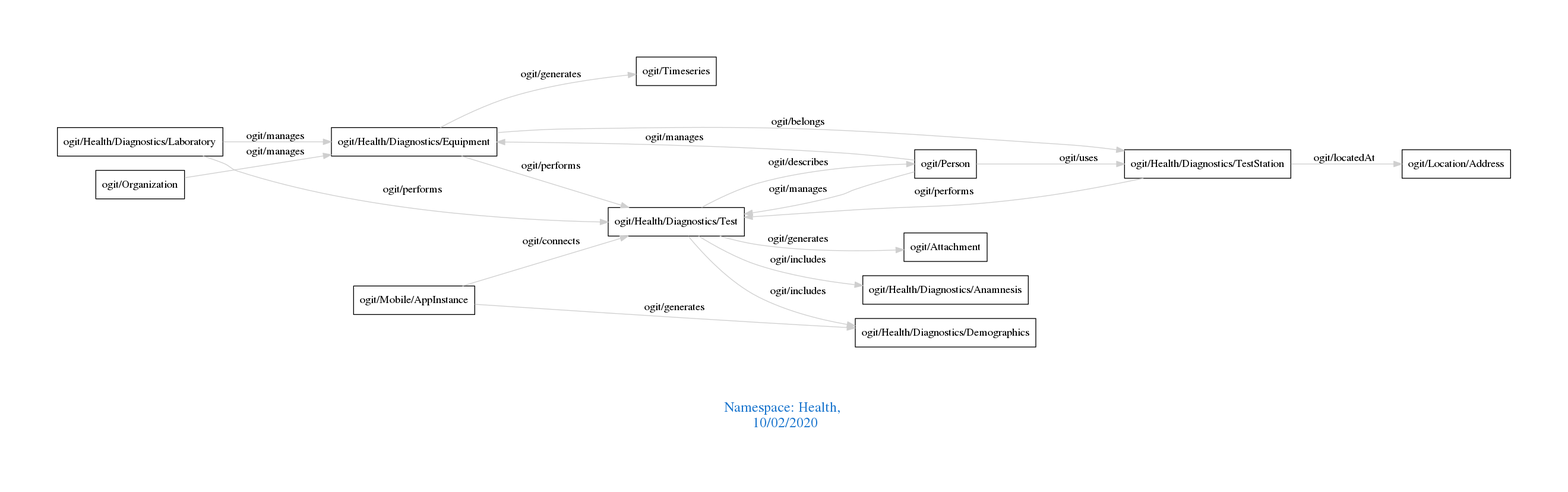
Earlier version of the Graphviz export downloads/Health.png (arago/OGIT). Its source is kept beside it as downloads/Health.dot.
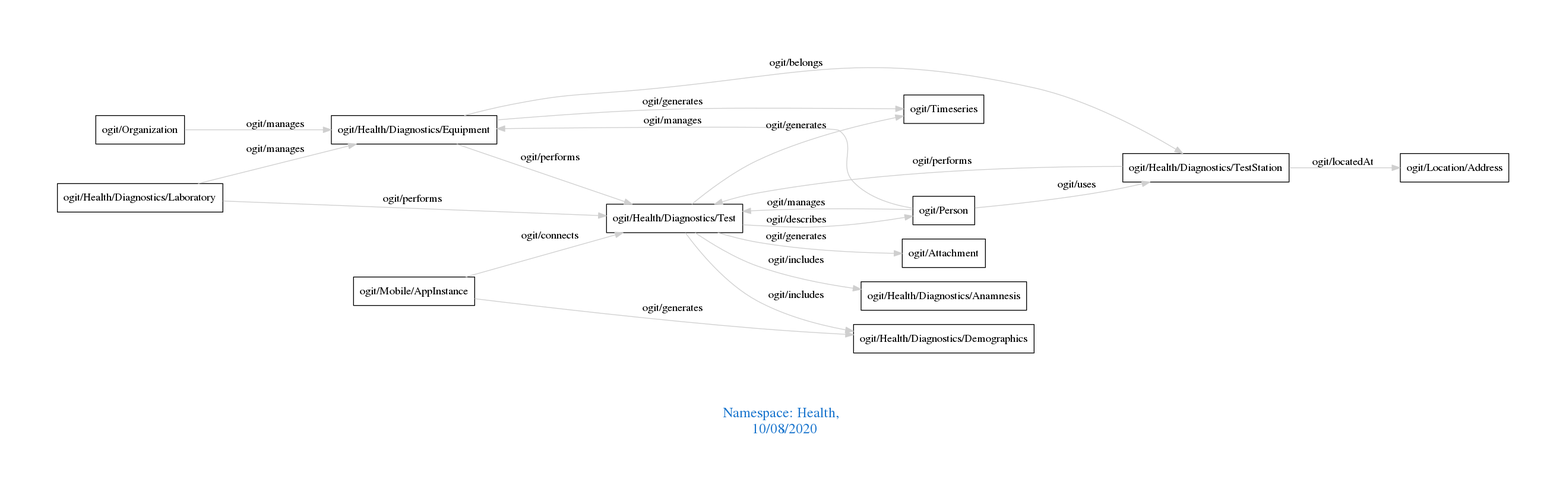
The same file after the commit.

What changed in the source:
```diff
@@ -1,7 +1,7 @@
 digraph OGIT_ontology {
  graph [ rankdir= LR,pad=1
 fontsize = 18,
-fontcolor= dodgerblue3,label = "\n\n\nNamespace: Health, \n 10/02/2020"];
+fontcolor= dodgerblue3,label = "\n\n\nNamespace: Health, \n 10/08/2020"];
 node[shape=polygon];
 edge [  color="gray81"];
 
@@ -11,6 +11,7 @@
    "ogit/Person" -> "ogit/Health/Diagnostics/Test" [label="   ogit/manages    "];
    "ogit/Health/Diagnostics/Equipment" -> "ogit/Timeseries" [label="   ogit/generates    "];
    "ogit/Health/Diagnostics/Test" -> "ogit/Attachment" [label="   ogit/generates    "];
+   "ogit/Health/Diagnostics/Test" -> "ogit/Timeseries" [label="   ogit/generates    "];
    "ogit/Mobile/AppInstance" -> "ogit/Health/Diagnostics/Demographics" [label="   ogit/generates    "];
    "ogit/Health/Diagnostics/TestStation" -> "ogit/Location/Address" [label="   ogit/locatedAt    "];
    "ogit/Health/Diagnostics/Test" -> "ogit/Health/Diagnostics/Anamnesis" [label="   ogit/includes    "];
```
